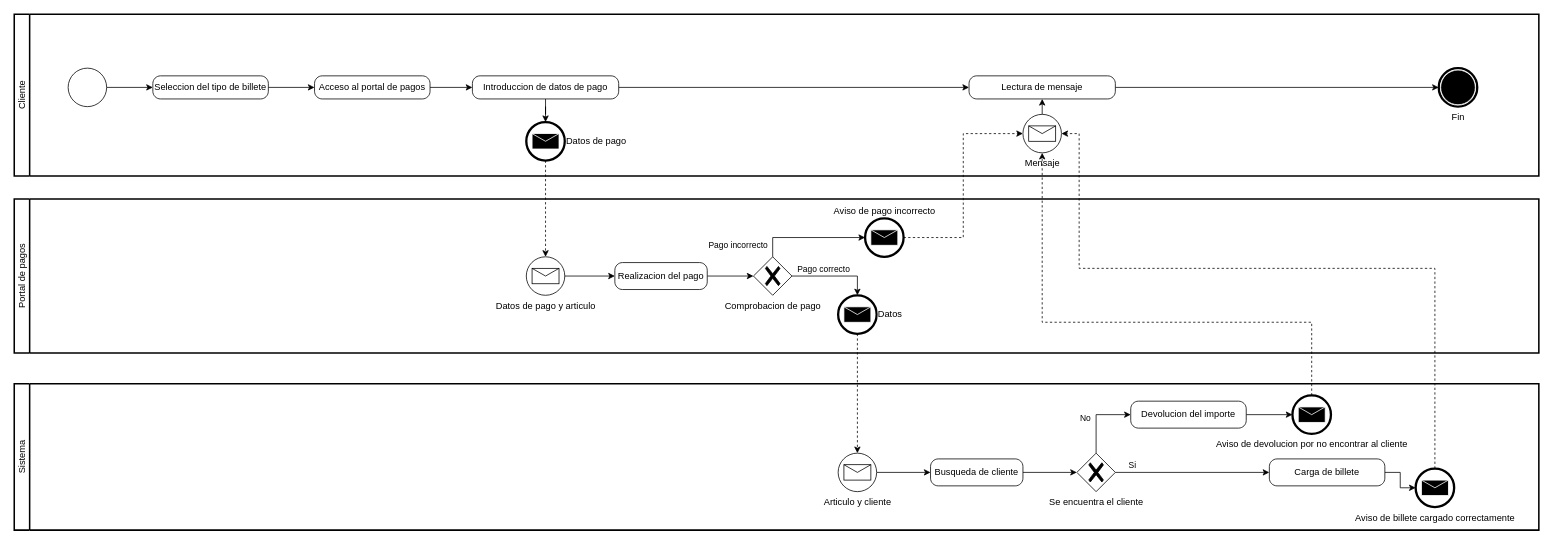
javimlopez/INRE-UAL-Azul-2022 keeps this draw.io diagram as Proyecto/Directorios/Juanra/gestionyrealizaciondepagos.drawio. Above is the earlier version. Source tidied: cells renumbered, new cells numbered last; positions are measured from the earlier drawing's top-left corner, leaving out a move shared by most shapes. Both pictures are drawn from the tidied source at 77%, with x=0, y=0 at pixel (14, 14).
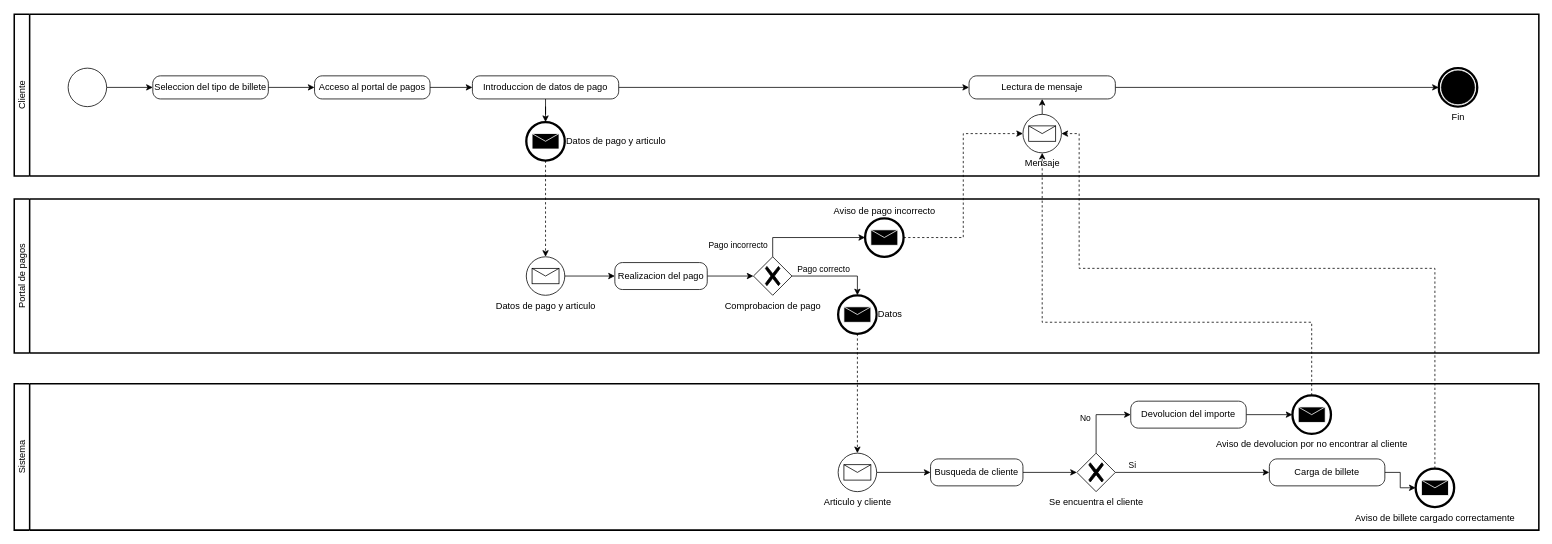
After the change.

The change refers to these unchanged cells:
```xml
<mxCell id="2" value="Cliente&lt;br&gt;" style="swimlane;html=1;startSize=20;fontStyle=0;horizontal=0;swimlaneLine=1;swimlaneFillColor=#ffffff;strokeWidth=2;whiteSpace=wrap;labelPosition=center;verticalLabelPosition=middle;align=center;verticalAlign=middle;" parent="1" vertex="1">
  <mxGeometry width="1980" height="210" as="geometry" />
</mxCell>
```

What changed in the source:
```diff
@@
-    <mxCell id="15" value="Datos de pago" style="points=[[0.145,0.145,0],[0.5,0,0],[0.855,0.145,0],[1,0.5,0],[0.855,0.855,0],[0.5,1,0],[0.145,0.855,0],[0,0.5,0]];shape=mxgraph.bpmn.event;html=1;verticalLabelPosition=middle;labelBackgroundColor=#ffffff;verticalAlign=middle;align=left;perimeter=ellipsePerimeter;outlineConnect=0;outline=end;symbol=message;labelPosition=right;" parent="2" vertex="1">
+    <mxCell id="15" value="Datos de pago y articulo" style="points=[[0.145,0.145,0],[0.5,0,0],[0.855,0.145,0],[1,0.5,0],[0.855,0.855,0],[0.5,1,0],[0.145,0.855,0],[0,0.5,0]];shape=mxgraph.bpmn.event;html=1;verticalLabelPosition=middle;labelBackgroundColor=#ffffff;verticalAlign=middle;align=left;perimeter=ellipsePerimeter;outlineConnect=0;outline=end;symbol=message;labelPosition=right;" parent="2" vertex="1">
       <mxGeometry x="665" y="140" width="50" height="50" as="geometry" />
     </mxCell>
```
